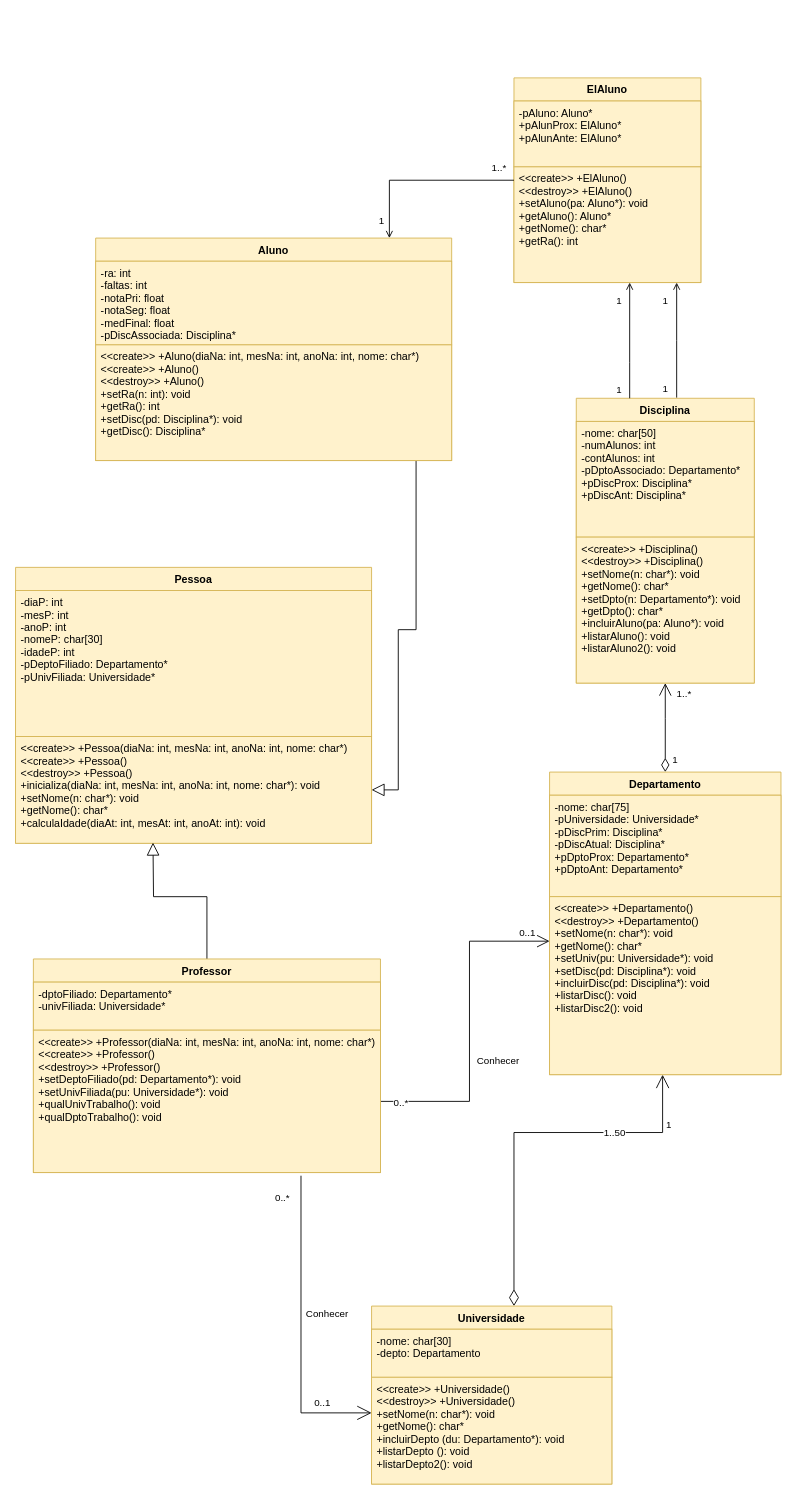
This is uml/sistema_academico.drawio from daniapc/tecprog-sistema-academico, a draw.io file, before an edit. Source tidied: cells renumbered, new cells numbered last; positions are measured from the earlier drawing's top-left corner, leaving out a move shared by most shapes. Both pictures are drawn from the tidied source at 89%, with x=0, y=0 at pixel (15, 77).
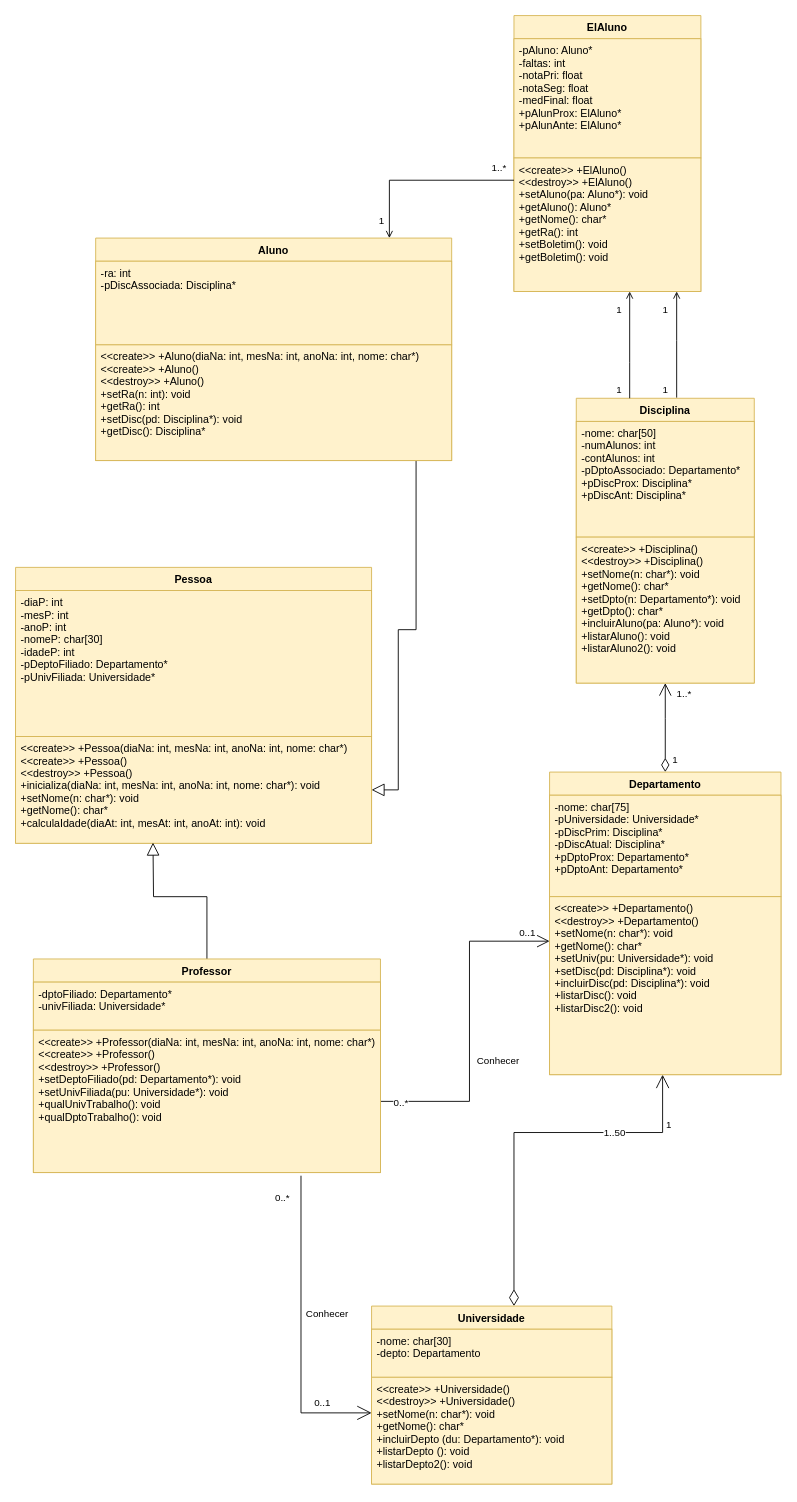
Above is the later version.

Commit message:
Atualizando UML

The change refers to these unchanged cells:
```xml
<mxCell id="33" value="Aluno" style="swimlane;fontStyle=1;align=center;verticalAlign=top;horizontal=1;startSize=26;rounded=0;fillColor=#fff2cc;strokeColor=#d6b656;" parent="1" vertex="1">
  <mxGeometry x="90" y="180" width="400" height="250" as="geometry" />
</mxCell>
```

The edit, as a diff of the source:
```diff
@@
-    <mxCell id="34" value="-ra: int&#10;-faltas: int&#10;-notaPri: float&#10;-notaSeg: float&#10;-medFinal: float&#10;-pDiscAssociada: Disciplina*&#10;" style="text;strokeColor=#d6b656;fillColor=#fff2cc;align=left;verticalAlign=top;spacingLeft=4;spacingRight=4;overflow=hidden;" parent="33" vertex="1">
+    <mxCell id="34" value="-ra: int&#10;-pDiscAssociada: Disciplina*&#10;" style="text;strokeColor=#d6b656;fillColor=#fff2cc;align=left;verticalAlign=top;spacingLeft=4;spacingRight=4;overflow=hidden;" parent="33" vertex="1">
       <mxGeometry y="26" width="400" height="94" as="geometry" />
     </mxCell>
@@
     <mxCell id="39" value="ElAluno" style="swimlane;fontStyle=1;align=center;verticalAlign=top;horizontal=1;startSize=26;rounded=0;fillColor=#fff2cc;strokeColor=#d6b656;" parent="1" vertex="1">
-      <mxGeometry x="560" width="210" height="230" as="geometry" />
+      <mxGeometry x="560" y="-70" width="210" height="310" as="geometry" />
     </mxCell>
-    <mxCell id="40" value="-pAluno: Aluno*&#10;+pAlunProx: ElAluno*&#10;+pAlunAnte: ElAluno*&#10;" style="text;strokeColor=#d6b656;fillColor=#fff2cc;align=left;verticalAlign=top;spacingLeft=4;spacingRight=4;overflow=hidden;" parent="39" vertex="1">
-      <mxGeometry y="26" width="210" height="74" as="geometry" />
+    <mxCell id="40" value="-pAluno: Aluno*&#10;-faltas: int&#10;-notaPri: float&#10;-notaSeg: float&#10;-medFinal: float&#10;+pAlunProx: ElAluno*&#10;+pAlunAnte: ElAluno*&#10;" style="text;strokeColor=#d6b656;fillColor=#fff2cc;align=left;verticalAlign=top;spacingLeft=4;spacingRight=4;overflow=hidden;" parent="39" vertex="1">
+      <mxGeometry y="26" width="210" height="134" as="geometry" />
     </mxCell>
-    <mxCell id="41" value="&lt;&lt;create&gt;&gt; +ElAluno()&#10;&lt;&lt;destroy&gt;&gt; +ElAluno()&#10;+setAluno(pa: Aluno*): void&#10;+getAluno(): Aluno*&#10;+getNome(): char*&#10;+getRa(): int" style="text;strokeColor=#d6b656;fillColor=#fff2cc;align=left;verticalAlign=top;spacingLeft=4;spacingRight=4;overflow=hidden;points=[[0,0.5],[1,0.5]];portConstraint=eastwest;" parent="39" vertex="1">
-      <mxGeometry y="100" width="210" height="130" as="geometry" />
+    <mxCell id="41" value="&lt;&lt;create&gt;&gt; +ElAluno()&#10;&lt;&lt;destroy&gt;&gt; +ElAluno()&#10;+setAluno(pa: Aluno*): void&#10;+getAluno(): Aluno*&#10;+getNome(): char*&#10;+getRa(): int&#10;+setBoletim(): void&#10;+getBoletim(): void" style="text;strokeColor=#d6b656;fillColor=#fff2cc;align=left;verticalAlign=top;spacingLeft=4;spacingRight=4;overflow=hidden;points=[[0,0.5],[1,0.5]];portConstraint=eastwest;" parent="39" vertex="1">
+      <mxGeometry y="160" width="210" height="150" as="geometry" />
     </mxCell>
```
